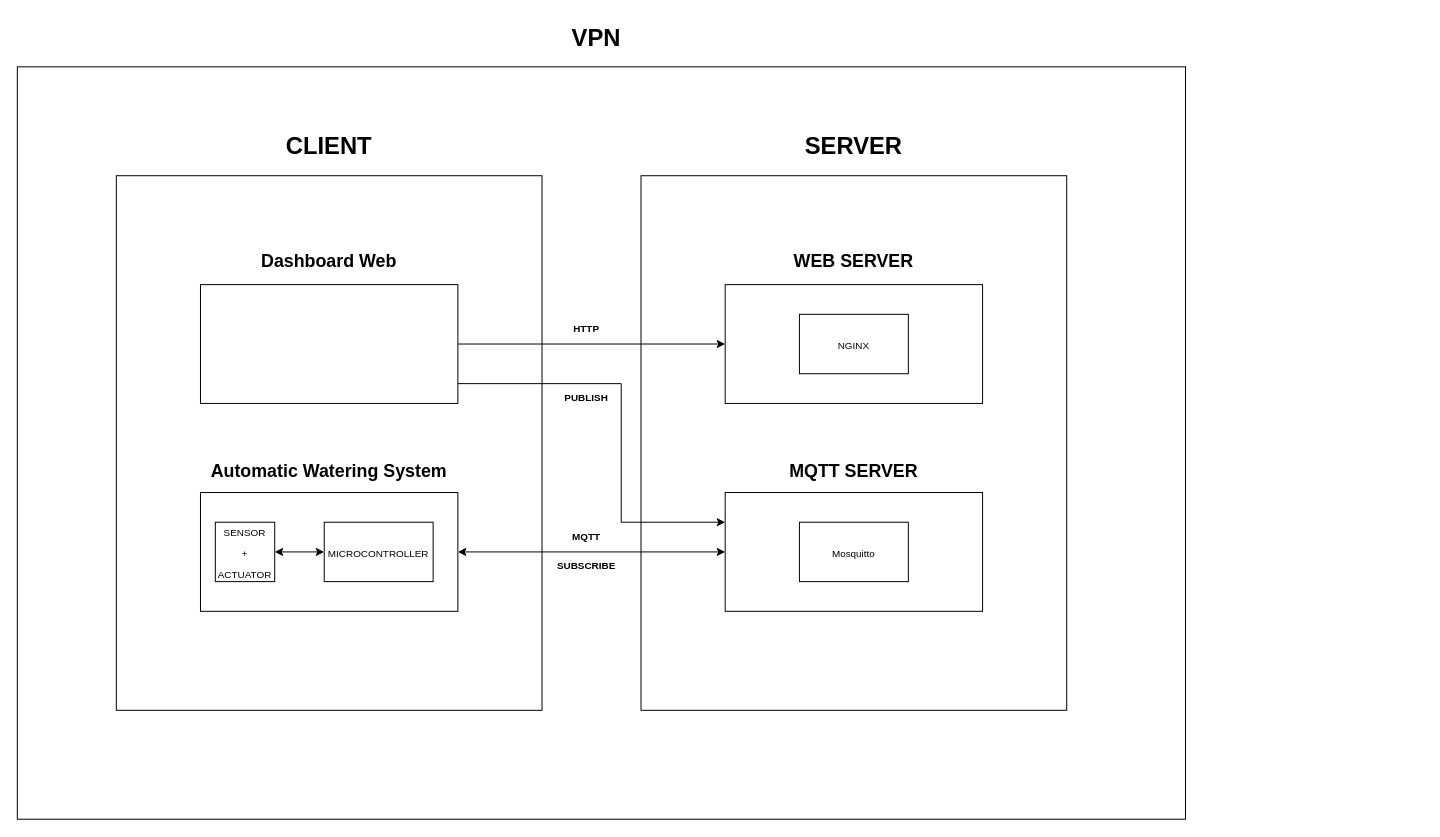
This is Untitled Diagram.drawio from pipigendut/belajar-ruby, a draw.io file, before an edit. Source tidied: cells renumbered, new cells numbered last; positions are measured from the earlier drawing's top-left corner, leaving out a move shared by most shapes. Both pictures are drawn from the tidied source at 99%, with x=0, y=0 at pixel (17, 17).
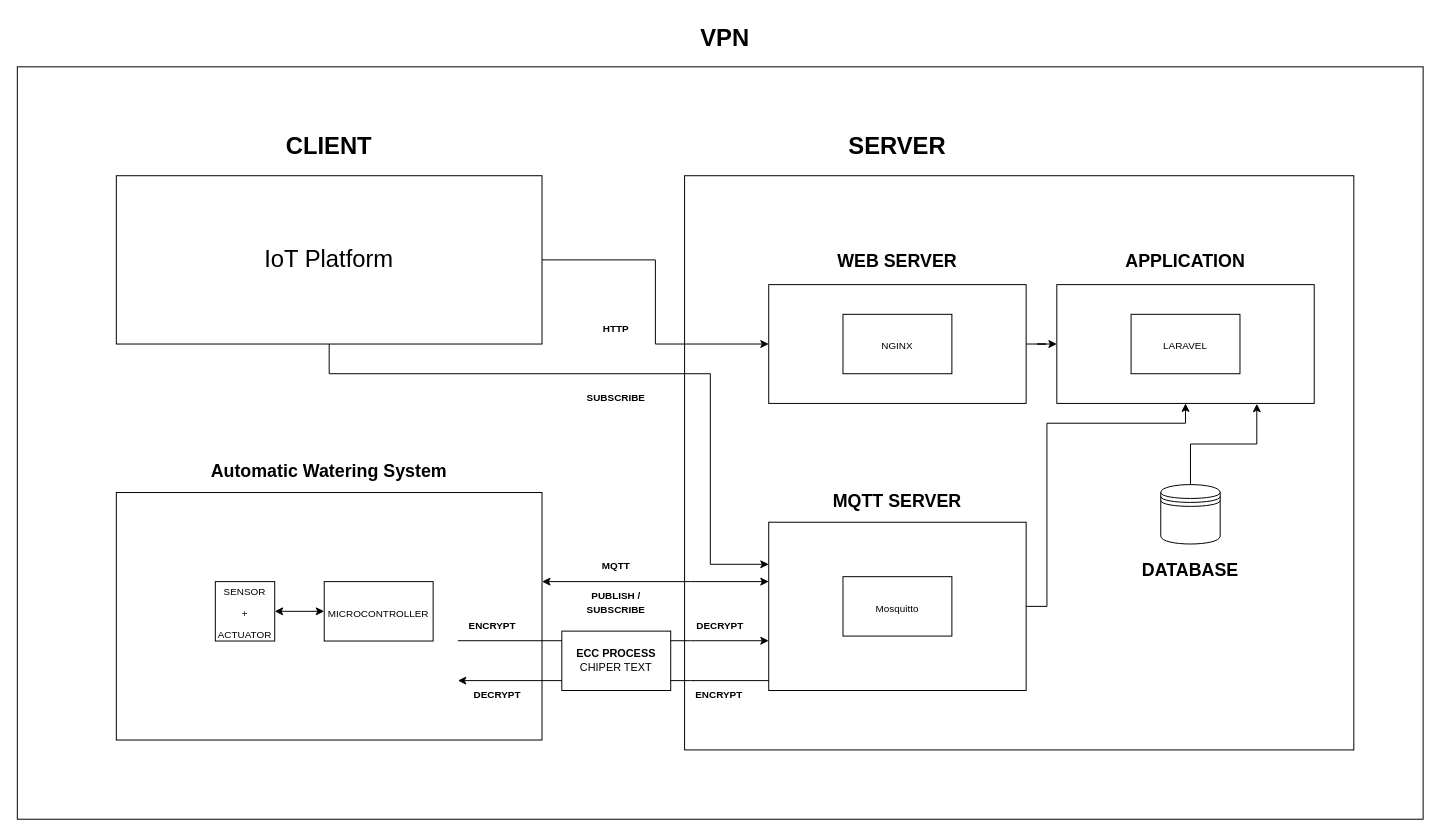
After the change.

What changed in the source:
```diff
@@
     <mxCell id="2" style="rounded=0;whiteSpace=wrap;html=1;fontSize=10;" parent="1" vertex="1">
-      <mxGeometry y="50" width="1180" height="760" as="geometry" />
+      <mxGeometry y="50" width="1420" height="760" as="geometry" />
     </mxCell>
-    <mxCell id="3" style="rounded=0;whiteSpace=wrap;html=1;" parent="1" vertex="1">
-      <mxGeometry x="100" y="160" width="430" height="540" as="geometry" />
-    </mxCell>
@@
     <mxCell id="5" style="rounded=0;whiteSpace=wrap;html=1;" parent="1" vertex="1">
-      <mxGeometry x="630" y="160" width="430" height="540" as="geometry" />
+      <mxGeometry x="674" y="160" width="676" height="580" as="geometry" />
     </mxCell>
     <mxCell id="6" value="&lt;b&gt;&lt;font style=&quot;font-size: 24px;&quot;&gt;SERVER&lt;/font&gt;&lt;/b&gt;" style="text;whiteSpace=wrap;html=1;align=center;" parent="1" vertex="1">
-      <mxGeometry x="810" y="110" width="70" height="30" as="geometry" />
+      <mxGeometry x="854" y="110" width="70" height="30" as="geometry" />
     </mxCell>
@@
     <mxCell id="8" style="edgeStyle=orthogonalEdgeStyle;rounded=0;jettySize=auto;html=1;entryX=0;entryY=0.25;entryDx=0;entryDy=0;fontSize=10;startArrow=none;startFill=0;" parent="1" edge="1" source="9" target="19">
       <mxGeometry relative="1" as="geometry">
         <Array as="points">
-          <mxPoint x="610" y="370" />
-          <mxPoint x="610" y="510" />
+          <mxPoint x="315" y="360" />
+          <mxPoint x="700" y="360" />
+          <mxPoint x="700" y="553" />
         </Array>
       </mxGeometry>
     </mxCell>
-    <mxCell id="9" style="rounded=0;whiteSpace=wrap;html=1;fontSize=24;" parent="1" vertex="1">
-      <mxGeometry x="185" y="270" width="260" height="120" as="geometry" />
+    <mxCell id="9" value="IoT Platform" style="rounded=0;whiteSpace=wrap;html=1;fontSize=24;" parent="1" vertex="1">
+      <mxGeometry x="100" y="160" width="430" height="170" as="geometry" />
     </mxCell>
-    <mxCell id="10" value="&lt;b style=&quot;&quot;&gt;&lt;font style=&quot;font-size: 18px;&quot;&gt;Dashboard Web&lt;/font&gt;&lt;/b&gt;" style="text;whiteSpace=wrap;html=1;align=center;" parent="1" vertex="1">
-      <mxGeometry x="185" y="230" width="260" height="30" as="geometry" />
-    </mxCell>
     <mxCell id="11" style="edgeStyle=orthogonalEdgeStyle;rounded=0;jettySize=auto;html=1;fontSize=10;startArrow=classic;startFill=1;" parent="1" edge="1" source="12" target="19">
-      <mxGeometry relative="1" as="geometry" />
+      <mxGeometry relative="1" as="geometry">
+        <Array as="points">
+          <mxPoint x="680" y="570" />
+          <mxPoint x="680" y="570" />
+        </Array>
+      </mxGeometry>
     </mxCell>
     <mxCell id="12" style="rounded=0;whiteSpace=wrap;html=1;fontSize=24;" parent="1" vertex="1">
-      <mxGeometry x="185" y="480" width="260" height="120" as="geometry" />
+      <mxGeometry x="100" y="480" width="430" height="250" as="geometry" />
     </mxCell>
@@
     <mxCell id="14" value="&lt;font style=&quot;font-size: 10px;&quot;&gt;SENSOR&lt;br&gt;+ ACTUATOR&lt;/font&gt;" style="rounded=0;whiteSpace=wrap;html=1;fontSize=18;" parent="1" vertex="1">
-      <mxGeometry x="200" y="510" width="60" height="60" as="geometry" />
+      <mxGeometry x="200" y="570" width="60" height="60" as="geometry" />
     </mxCell>
@@
     <mxCell id="16" value="&lt;span style=&quot;font-size: 10px;&quot;&gt;MICROCONTROLLER&lt;/span&gt;" style="rounded=0;whiteSpace=wrap;html=1;fontSize=18;" parent="1" vertex="1">
-      <mxGeometry x="310" y="510" width="110" height="60" as="geometry" />
+      <mxGeometry x="310" y="570" width="110" height="60" as="geometry" />
     </mxCell>
+    <mxCell id="28" style="edgeStyle=orthogonalEdgeStyle;rounded=0;jettySize=auto;html=1;entryX=0;entryY=0.5;entryDx=0;entryDy=0;fontSize=11;startArrow=none;startFill=0;endArrow=classic;endFill=1;" parent="1" edge="1" source="17" target="40">
+      <mxGeometry relative="1" as="geometry" />
+    </mxCell>
     <mxCell id="17" style="rounded=0;whiteSpace=wrap;html=1;fontSize=24;" parent="1" vertex="1">
-      <mxGeometry x="715" y="270" width="260" height="120" as="geometry" />
+      <mxGeometry x="759" y="270" width="260" height="120" as="geometry" />
     </mxCell>
     <mxCell id="18" value="&lt;b style=&quot;&quot;&gt;&lt;font style=&quot;font-size: 18px;&quot;&gt;WEB SERVER&lt;/font&gt;&lt;/b&gt;" style="text;whiteSpace=wrap;html=1;align=center;" parent="1" vertex="1">
-      <mxGeometry x="715" y="230" width="260" height="30" as="geometry" />
+      <mxGeometry x="759" y="230" width="260" height="30" as="geometry" />
     </mxCell>
+    <mxCell id="29" style="edgeStyle=orthogonalEdgeStyle;rounded=0;jettySize=auto;html=1;entryX=0.5;entryY=1;entryDx=0;entryDy=0;fontSize=11;startArrow=none;startFill=0;endArrow=classic;endFill=1;" parent="1" edge="1" source="19" target="40">
+      <mxGeometry relative="1" as="geometry">
+        <Array as="points">
+          <mxPoint x="1040" y="595" />
+          <mxPoint x="1040" y="410" />
+          <mxPoint x="1180" y="410" />
+        </Array>
+      </mxGeometry>
+    </mxCell>
     <mxCell id="19" style="rounded=0;whiteSpace=wrap;html=1;fontSize=24;" parent="1" vertex="1">
-      <mxGeometry x="715" y="480" width="260" height="120" as="geometry" />
+      <mxGeometry x="759" y="510" width="260" height="170" as="geometry" />
     </mxCell>
     <mxCell id="20" value="&lt;b style=&quot;&quot;&gt;&lt;font style=&quot;font-size: 18px;&quot;&gt;MQTT SERVER&lt;/font&gt;&lt;/b&gt;" style="text;whiteSpace=wrap;html=1;align=center;" parent="1" vertex="1">
-      <mxGeometry x="715" y="442" width="260" height="30" as="geometry" />
+      <mxGeometry x="759" y="472" width="260" height="30" as="geometry" />
     </mxCell>
     <mxCell id="21" value="&lt;b&gt;&lt;font style=&quot;font-size: 24px;&quot;&gt;VPN&lt;/font&gt;&lt;/b&gt;" style="text;whiteSpace=wrap;html=1;align=center;" parent="1" vertex="1">
-      <mxGeometry x="550" width="70" height="30" as="geometry" />
+      <mxGeometry x="680" width="70" height="30" as="geometry" />
     </mxCell>
     <mxCell id="22" value="&lt;b&gt;&lt;font style=&quot;font-size: 10px;&quot;&gt;HTTP&lt;/font&gt;&lt;/b&gt;" style="text;whiteSpace=wrap;html=1;align=center;" parent="1" vertex="1">
-      <mxGeometry x="540" y="300" width="70" height="30" as="geometry" />
+      <mxGeometry x="570" y="300" width="70" height="30" as="geometry" />
     </mxCell>
-    <mxCell id="23" value="&lt;b&gt;&lt;font style=&quot;font-size: 10px;&quot;&gt;MQTT&lt;/font&gt;&lt;/b&gt;" style="text;whiteSpace=wrap;html=1;align=center;" parent="1" vertex="1">
-      <mxGeometry x="540" y="510" width="70" height="30" as="geometry" />
-    </mxCell>
-    <mxCell id="24" value="&lt;b&gt;&lt;font style=&quot;font-size: 10px;&quot;&gt;SUBSCRIBE&lt;/font&gt;&lt;/b&gt;" style="text;whiteSpace=wrap;html=1;align=center;" parent="1" vertex="1">
-      <mxGeometry x="540" y="540" width="70" height="30" as="geometry" />
-    </mxCell>
-    <mxCell id="25" value="&lt;b&gt;&lt;font style=&quot;font-size: 10px;&quot;&gt;PUBLISH&lt;/font&gt;&lt;/b&gt;" style="text;whiteSpace=wrap;html=1;align=center;" parent="1" vertex="1">
-      <mxGeometry x="540" y="370" width="70" height="30" as="geometry" />
+    <mxCell id="25" value="&lt;b style=&quot;border-color: var(--border-color);&quot;&gt;&lt;font style=&quot;border-color: var(--border-color); font-size: 10px;&quot;&gt;SUBSCRIBE&lt;/font&gt;&lt;/b&gt;" style="text;whiteSpace=wrap;html=1;align=center;" parent="1" vertex="1">
+      <mxGeometry x="570" y="370" width="70" height="30" as="geometry" />
     </mxCell>
     <mxCell id="26" value="&lt;span style=&quot;font-size: 10px;&quot;&gt;NGINX&lt;/span&gt;" style="rounded=0;whiteSpace=wrap;html=1;fontSize=18;" parent="1" vertex="1">
-      <mxGeometry x="790" y="300" width="110" height="60" as="geometry" />
+      <mxGeometry x="834" y="300" width="110" height="60" as="geometry" />
     </mxCell>
     <mxCell id="27" value="&lt;span style=&quot;font-size: 10px;&quot;&gt;Mosquitto&lt;/span&gt;" style="rounded=0;whiteSpace=wrap;html=1;fontSize=18;" parent="1" vertex="1">
-      <mxGeometry x="790" y="510" width="110" height="60" as="geometry" />
+      <mxGeometry x="834" y="565" width="110" height="60" as="geometry" />
     </mxCell>
+    <mxCell id="30" style="edgeStyle=orthogonalEdgeStyle;rounded=0;jettySize=auto;html=1;entryX=0.777;entryY=1.003;entryDx=0;entryDy=0;entryPerimeter=0;fontSize=11;startArrow=none;startFill=0;endArrow=classic;endFill=1;" parent="1" edge="1" source="31" target="40">
+      <mxGeometry relative="1" as="geometry" />
+    </mxCell>
+    <mxCell id="31" style="shape=datastore;whiteSpace=wrap;html=1;fontSize=11;" parent="1" vertex="1">
+      <mxGeometry x="1155" y="472" width="60" height="60" as="geometry" />
+    </mxCell>
+    <mxCell id="32" value="&lt;b style=&quot;&quot;&gt;&lt;font style=&quot;font-size: 18px;&quot;&gt;DATABASE&lt;/font&gt;&lt;/b&gt;" style="text;whiteSpace=wrap;html=1;align=center;" parent="1" vertex="1">
+      <mxGeometry x="1125" y="542" width="120" height="30" as="geometry" />
+    </mxCell>
+    <mxCell id="24" value="&lt;b style=&quot;border-color: var(--border-color);&quot;&gt;&lt;font style=&quot;border-color: var(--border-color); font-size: 10px;&quot;&gt;PUBLISH / SUBSCRIBE&lt;/font&gt;&lt;/b&gt;" style="text;whiteSpace=wrap;html=1;align=center;" parent="1" vertex="1">
+      <mxGeometry x="570" y="570" width="70" height="30" as="geometry" />
+    </mxCell>
+    <mxCell id="23" value="&lt;b&gt;&lt;font style=&quot;font-size: 10px;&quot;&gt;MQTT&lt;/font&gt;&lt;/b&gt;" style="text;whiteSpace=wrap;html=1;align=center;" parent="1" vertex="1">
+      <mxGeometry x="570" y="540" width="70" height="30" as="geometry" />
+    </mxCell>
+    <mxCell id="33" value="&lt;b&gt;&lt;font style=&quot;font-size: 10px;&quot;&gt;ENCRYPT&lt;/font&gt;&lt;/b&gt;" style="text;whiteSpace=wrap;html=1;align=center;" parent="1" vertex="1">
+      <mxGeometry x="445" y="600" width="70" height="30" as="geometry" />
+    </mxCell>
+    <mxCell id="34" value="&lt;b style=&quot;border-color: var(--border-color); font-size: 10px;&quot;&gt;DECRYPT&lt;/b&gt;" style="text;whiteSpace=wrap;html=1;align=center;" parent="1" vertex="1">
+      <mxGeometry x="675" y="600" width="70" height="30" as="geometry" />
+    </mxCell>
+    <mxCell id="35" value="&lt;b style=&quot;border-color: var(--border-color); font-size: 10px;&quot;&gt;DECRYPT&lt;/b&gt;" style="text;whiteSpace=wrap;html=1;align=center;" parent="1" vertex="1">
+      <mxGeometry x="450" y="670" width="70" height="30" as="geometry" />
+    </mxCell>
+    <mxCell id="36" value="&lt;b&gt;&lt;font style=&quot;font-size: 10px;&quot;&gt;ENCRYPT&lt;/font&gt;&lt;/b&gt;" style="text;whiteSpace=wrap;html=1;align=center;" parent="1" vertex="1">
+      <mxGeometry x="674" y="670" width="70" height="30" as="geometry" />
+    </mxCell>
+    <mxCell id="37" style="edgeStyle=orthogonalEdgeStyle;rounded=0;orthogonalLoop=1;jettySize=auto;html=1;fontSize=10;startArrow=none;startFill=0;" parent="1" edge="1">
+      <mxGeometry relative="1" as="geometry">
+        <mxPoint x="445" y="629.7" as="sourcePoint" />
+        <mxPoint x="759" y="629.7" as="targetPoint" />
+        <Array as="points">
+          <mxPoint x="680" y="629.7" />
+          <mxPoint x="680" y="629.7" />
+        </Array>
+      </mxGeometry>
+    </mxCell>
+    <mxCell id="38" style="edgeStyle=orthogonalEdgeStyle;rounded=0;orthogonalLoop=1;jettySize=auto;html=1;fontSize=10;startArrow=classic;startFill=1;endArrow=none;endFill=0;" parent="1" edge="1">
+      <mxGeometry relative="1" as="geometry">
+        <mxPoint x="445" y="670" as="sourcePoint" />
+        <mxPoint x="759" y="670" as="targetPoint" />
+        <Array as="points">
+          <mxPoint x="680" y="670" />
+          <mxPoint x="680" y="670" />
+        </Array>
+      </mxGeometry>
+    </mxCell>
+    <mxCell id="39" value="&lt;b&gt;ECC PROCESS&lt;/b&gt;&lt;br&gt;CHIPER TEXT" style="rounded=0;whiteSpace=wrap;html=1;fontSize=11;" parent="1" vertex="1">
+      <mxGeometry x="550" y="620" width="110" height="60" as="geometry" />
+    </mxCell>
+    <mxCell id="40" style="rounded=0;whiteSpace=wrap;html=1;fontSize=24;" parent="1" vertex="1">
+      <mxGeometry x="1050" y="270" width="260" height="120" as="geometry" />
+    </mxCell>
+    <mxCell id="41" value="&lt;b style=&quot;&quot;&gt;&lt;font style=&quot;font-size: 18px;&quot;&gt;APPLICATION&lt;/font&gt;&lt;/b&gt;" style="text;whiteSpace=wrap;html=1;align=center;" parent="1" vertex="1">
+      <mxGeometry x="1050" y="230" width="260" height="30" as="geometry" />
+    </mxCell>
+    <mxCell id="42" value="&lt;span style=&quot;font-size: 10px;&quot;&gt;LARAVEL&lt;/span&gt;" style="rounded=0;whiteSpace=wrap;html=1;fontSize=18;" parent="1" vertex="1">
+      <mxGeometry x="1125" y="300" width="110" height="60" as="geometry" />
+    </mxCell>
```
